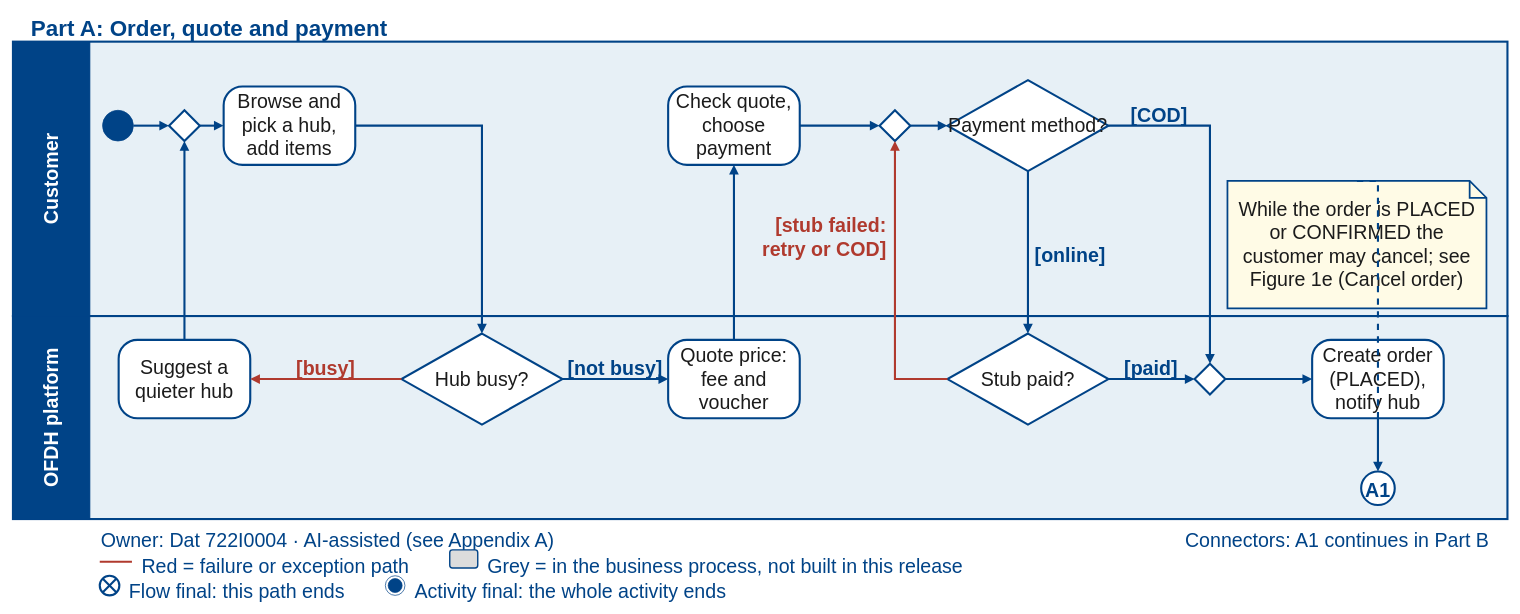
Earlier version of the draw.io diagram page "Part A" (2 of 6) of docs/part1/models/SaigonBite_Business_Process.drawio (Dat071104/SaigonBite). Source tidied: cells renumbered, new cells numbered last; positions are measured from the earlier drawing's top-left corner, leaving out a move shared by most shapes. Both pictures are drawn from the tidied source at 70%, with x=0, y=0 at pixel (13, 12).
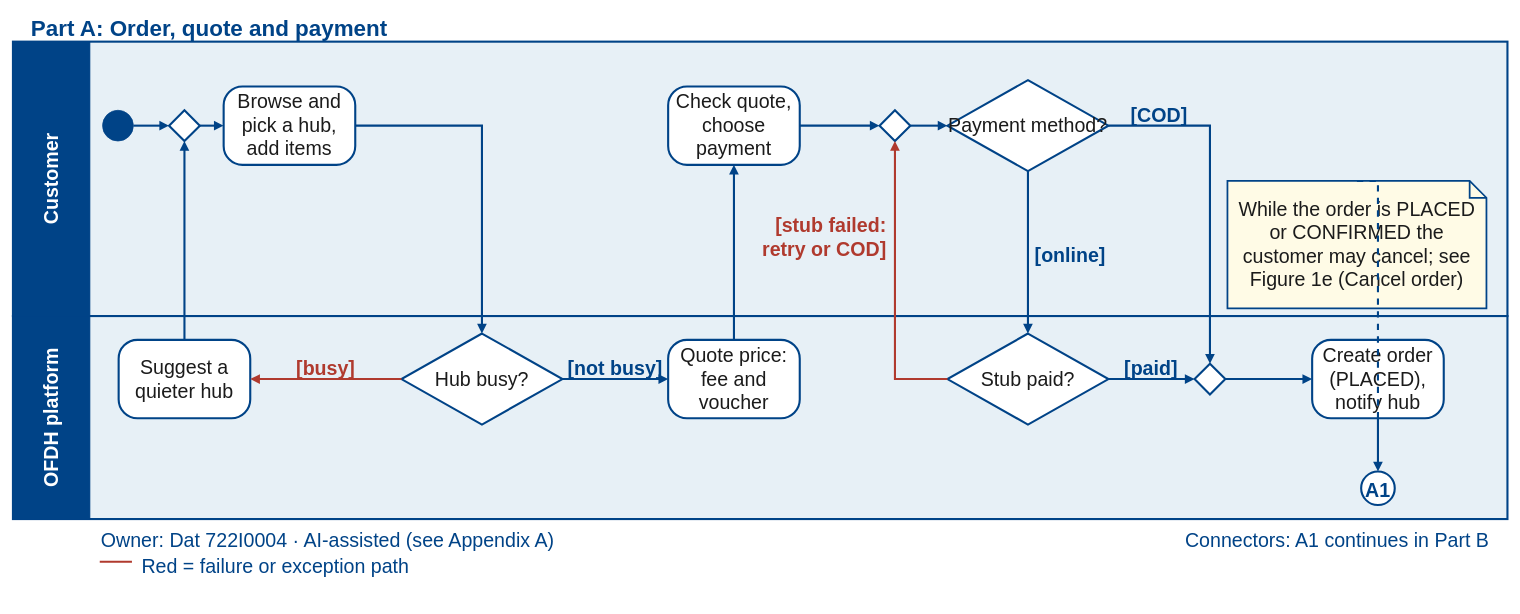
The same diagram, later.

The edit, as a diff of the source:
```diff
@@
-    <mxCell id="47" style="rounded=1;fillColor=#DCDCDC;strokeColor=#004387;strokeWidth=2;" parent="1" vertex="1">
-      <mxGeometry x="624" y="768" width="40" height="26" as="geometry" />
-    </mxCell>
-    <mxCell id="48" value="Grey = in the business process, not built in this release" style="text;html=0;align=left;verticalAlign=middle;strokeColor=none;fillColor=none;fontSize=28;fontColor=#004387;" parent="1" vertex="1">
-      <mxGeometry x="676" y="772" width="690" height="32" as="geometry" />
-    </mxCell>
-    <mxCell id="49" style="shape=sumEllipse;fillColor=#FFFFFF;strokeColor=#004387;strokeWidth=3;" parent="1" vertex="1">
-      <mxGeometry x="124" y="805" width="28" height="28" as="geometry" />
-    </mxCell>
-    <mxCell id="50" value="Flow final: this path ends" style="text;html=0;align=left;verticalAlign=middle;strokeColor=none;fillColor=none;fontSize=28;fontColor=#004387;" parent="1" vertex="1">
-      <mxGeometry x="164" y="808" width="318" height="32" as="geometry" />
-    </mxCell>
-    <mxCell id="51" style="ellipse;shape=endState;fillColor=#004387;strokeColor=#004387;" parent="1" vertex="1">
-      <mxGeometry x="532" y="805" width="28" height="28" as="geometry" />
-    </mxCell>
-    <mxCell id="52" value="Activity final: the whole activity ends" style="text;html=0;align=left;verticalAlign=middle;strokeColor=none;fillColor=none;fontSize=28;fontColor=#004387;" parent="1" vertex="1">
-      <mxGeometry x="572" y="808" width="455" height="32" as="geometry" />
-    </mxCell>
```
